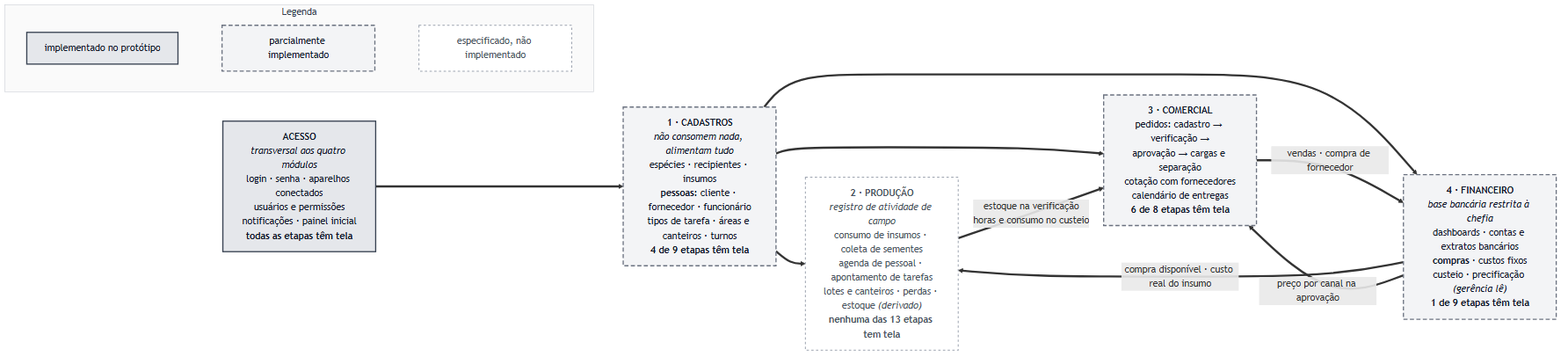
The Mermaid diagram docs/rotinas/img/mapa-sistema-v2.png in JoaoMudar/tcc, before a commit. Its source is kept beside it as docs/rotinas/img/mapa-sistema-v2.mmd.
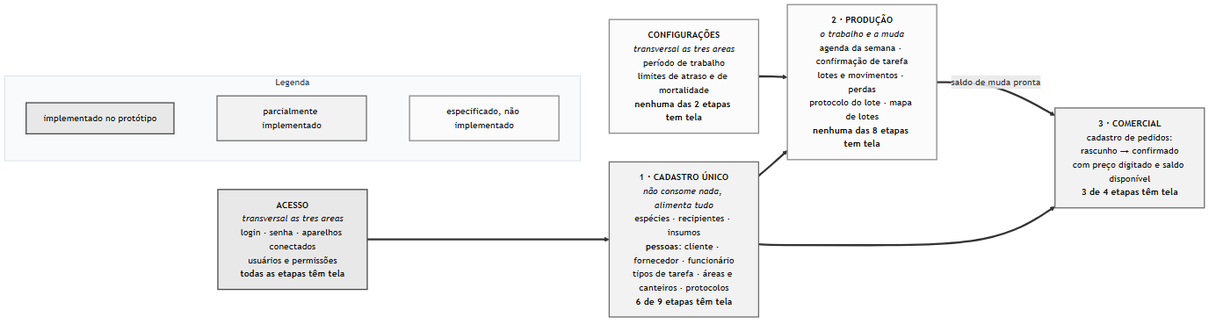
Later version of the same file.

What changed in the source:
```diff
@@ -1,24 +1,21 @@
 flowchart LR
-  ACC["<b>ACESSO</b><br/><i>transversal aos quatro módulos</i><br/>login · senha · aparelhos conectados<br/>usuários e permissões<br/>notificações · painel inicial<br/><b>todas as etapas têm tela</b>"]
+  ACC["<b>ACESSO</b><br/><i>transversal as tres areas</i><br/>login · senha · aparelhos conectados<br/>usuários e permissões<br/><b>todas as etapas têm tela</b>"]
 
-  CAD["<b>1 · CADASTROS</b><br/><i>não consomem nada, alimentam tudo</i><br/>espécies · recipientes · insumos<br/><b>pessoas</b>: cliente · fornecedor · funcionário<br/>tipos de tarefa · áreas e canteiros · turnos<br/><b>4 de 9 etapas têm tela</b>"]
+  CFG["<b>CONFIGURAÇÕES</b><br/><i>transversal as tres areas</i><br/>período de trabalho<br/>limites de atraso e de mortalidade<br/><b>nenhuma das 2 etapas tem tela</b>"]
 
-  PRO["<b>2 · PRODUÇÃO</b><br/><i>registro de atividade de campo</i><br/>consumo de insumos · coleta de sementes<br/>agenda de pessoal · apontamento de tarefas<br/>lotes e canteiros · perdas · estoque <i>(derivado)</i><br/><b>nenhuma das 13 etapas tem tela</b>"]
+  CAD["<b>1 · CADASTRO ÚNICO</b><br/><i>não consome nada, alimenta tudo</i><br/>espécies · recipientes · insumos<br/><b>pessoas</b>: cliente · fornecedor · funcionário<br/>tipos de tarefa · áreas e canteiros · protocolos<br/><b>6 de 9 etapas têm tela</b>"]
 
-  COM["<b>3 · COMERCIAL</b><br/>pedidos: cadastro → verificação →<br/>aprovação → cargas e separação<br/>cotação com fornecedores<br/>calendário de entregas<br/><b>6 de 8 etapas têm tela</b>"]
+  PRO["<b>2 · PRODUÇÃO</b><br/><i>o trabalho e a muda</i><br/>agenda da semana · confirmação de tarefa<br/>lotes e movimentos · perdas<br/>protocolo do lote · mapa de lotes<br/><b>nenhuma das 8 etapas tem tela</b>"]
 
-  FIN["<b>4 · FINANCEIRO</b><br/><i>base bancária restrita à chefia</i><br/>dashboards · contas e extratos bancários<br/><b>compras</b> · custos fixos<br/>custeio · precificação <i>(gerência lê)</i><br/><b>1 de 9 etapas têm tela</b>"]
+  COM["<b>3 · COMERCIAL</b><br/>cadastro de pedidos:<br/>rascunho → confirmado<br/>com preço digitado e saldo disponível<br/><b>3 de 4 etapas têm tela</b>"]
 
   ACC ==> CAD
+  CFG ==> PRO
 
   CAD ==> PRO
   CAD ==> COM
-  CAD ==> FIN
 
-  FIN ==>|"compra disponível · custo real do insumo"| PRO
-  PRO ==>|"estoque na verificação<br/>horas e consumo no custeio"| COM
-  COM ==>|"vendas · compra de fornecedor"| FIN
-  FIN ==>|"preço por canal na aprovação"| COM
+  PRO ==>|"saldo de muda pronta"| COM
 
   subgraph LEG["Legenda"]
     direction LR
@@ -32,10 +29,8 @@
   classDef meio fill:#fef3c7,stroke:#d97706,stroke-width:2px,color:#111
   classDef falta fill:#fee2e2,stroke:#dc2626,stroke-width:2px,color:#111
   classDef grupo fill:#f8fafc,stroke:#cbd5e1,stroke-width:1px,color:#334155
-  classDef ator fill:#374151,stroke:#111827,stroke-width:2px,color:#f9fafb
-  classDef decisao fill:#e2e8f0,stroke:#475569,stroke-width:2px,color:#111
 
   class ACC,L1 ok
-  class CAD,COM,FIN,L2 meio
-  class PRO,L3 falta
+  class CAD,COM,L2 meio
+  class PRO,CFG,L3 falta
   class LEG grupo
```
